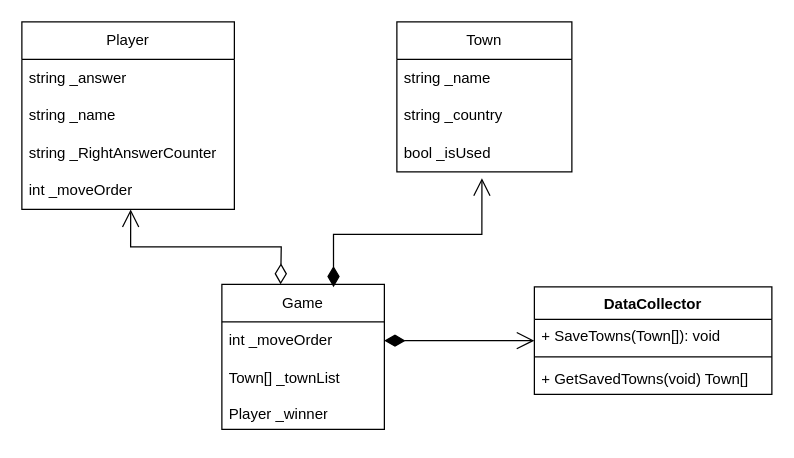
Before: Диаграмма без названия.drawio in Dasadno/CW, a draw.io diagram. Source tidied: cells renumbered, new cells numbered last; positions are measured from the earlier drawing's top-left corner, leaving out a move shared by most shapes. Both pictures are drawn from the tidied source at 125%, with x=0, y=0 at pixel (21, 21).
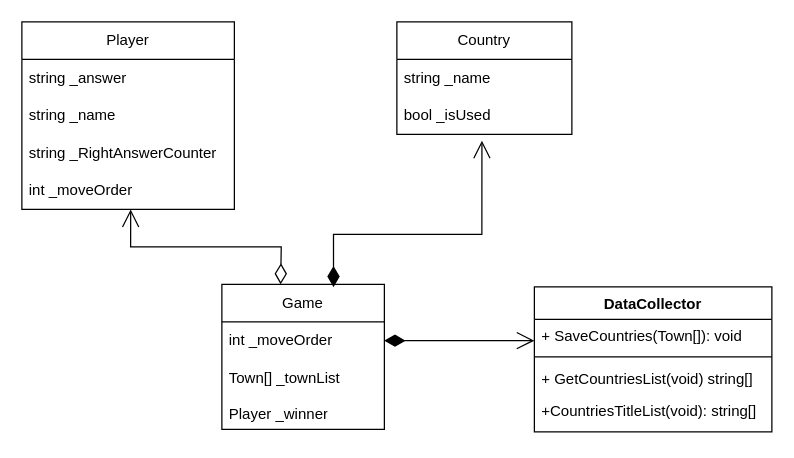
The same diagram, later.

Unchanged cells that the change refers to:
```xml
<mxCell id="12" value="int _moveOrder" style="text;strokeColor=none;fillColor=none;align=left;verticalAlign=middle;spacingLeft=4;spacingRight=4;overflow=hidden;points=[[0,0.5],[1,0.5]];portConstraint=eastwest;whiteSpace=wrap;html=1;" parent="11" vertex="1">
  <mxGeometry y="30" width="130" height="30" as="geometry" />
</mxCell>
```

What changed in the source:
```diff
@@
-    <mxCell id="7" value="Town" style="swimlane;fontStyle=0;horizontal=1;startSize=30;whiteSpace=wrap;html=1;" parent="1" vertex="1">
-      <mxGeometry x="300" width="140" height="120" as="geometry" />
+    <mxCell id="7" value="Country" style="swimlane;fontStyle=0;horizontal=1;startSize=30;whiteSpace=wrap;html=1;" parent="1" vertex="1">
+      <mxGeometry x="300" width="140" height="90" as="geometry" />
     </mxCell>
@@
-    <mxCell id="9" value="string _country" style="text;strokeColor=none;fillColor=none;align=left;verticalAlign=middle;spacingLeft=4;spacingRight=4;overflow=hidden;whiteSpace=wrap;html=1;" parent="7" vertex="1">
-      <mxGeometry y="60" width="140" height="30" as="geometry" />
-    </mxCell>
     <mxCell id="10" value="bool _isUsed" style="text;strokeColor=none;fillColor=none;align=left;verticalAlign=middle;spacingLeft=4;spacingRight=4;overflow=hidden;points=[[0,0.5],[1,0.5]];portConstraint=eastwest;whiteSpace=wrap;html=1;" parent="7" vertex="1">
-      <mxGeometry y="90" width="140" height="30" as="geometry" />
+      <mxGeometry y="60" width="140" height="30" as="geometry" />
     </mxCell>
@@
     <mxCell id="17" value="DataCollector" style="swimlane;fontStyle=1;align=center;verticalAlign=top;horizontal=1;startSize=26;whiteSpace=wrap;html=1;" parent="1" vertex="1">
-      <mxGeometry x="410" y="212" width="190" height="86" as="geometry" />
+      <mxGeometry x="410" y="212" width="190" height="116" as="geometry" />
     </mxCell>
-    <mxCell id="18" value="+ SaveTowns(Town[]): void" style="text;strokeColor=none;fillColor=none;align=left;verticalAlign=top;spacingLeft=4;spacingRight=4;overflow=hidden;whiteSpace=wrap;html=1;" parent="17" vertex="1">
+    <mxCell id="18" value="+ SaveCountries(Town[]): void" style="text;strokeColor=none;fillColor=none;align=left;verticalAlign=top;spacingLeft=4;spacingRight=4;overflow=hidden;whiteSpace=wrap;html=1;" parent="17" vertex="1">
       <mxGeometry y="26" width="190" height="26" as="geometry" />
     </mxCell>
@@
-    <mxCell id="20" value="+ GetSavedTowns(void) Town[]" style="text;strokeColor=none;fillColor=none;align=left;verticalAlign=top;spacingLeft=4;spacingRight=4;overflow=hidden;whiteSpace=wrap;html=1;" parent="17" vertex="1">
+    <mxCell id="20" value="+ GetCountriesList(void) string[]" style="text;strokeColor=none;fillColor=none;align=left;verticalAlign=top;spacingLeft=4;spacingRight=4;overflow=hidden;whiteSpace=wrap;html=1;" parent="17" vertex="1">
       <mxGeometry y="60" width="190" height="26" as="geometry" />
     </mxCell>
+    <mxCell id="22" value="+CountriesTitleList(void): string[]" style="text;strokeColor=none;fillColor=none;align=left;verticalAlign=top;spacingLeft=4;spacingRight=4;overflow=hidden;whiteSpace=wrap;html=1;" parent="17" vertex="1">
+      <mxGeometry y="86" width="190" height="30" as="geometry" />
+    </mxCell>
-    <mxCell id="21" style="endArrow=open;html=1;endSize=12;startArrow=diamondThin;startSize=14;startFill=1;edgeStyle=orthogonalEdgeStyle;align=left;verticalAlign=bottom;rounded=0;entryX=0;entryY=0.5;entryDx=0;entryDy=0;exitX=1;exitY=0.5;exitDx=0;exitDy=0;" parent="1" edge="1" source="12" target="17">
+    <mxCell id="21" style="endArrow=open;html=1;endSize=12;startArrow=diamondThin;startSize=14;startFill=1;edgeStyle=orthogonalEdgeStyle;align=left;verticalAlign=bottom;rounded=0;exitX=1;exitY=0.5;exitDx=0;exitDy=0;" parent="1" edge="1" source="12">
       <mxGeometry x="-1" y="3" relative="1" as="geometry">
+        <mxPoint x="410" y="255" as="targetPoint" />
         <Array as="points">
           <mxPoint x="350" y="255" />
           <mxPoint x="350" y="255" />
         </Array>
       </mxGeometry>
     </mxCell>
```
